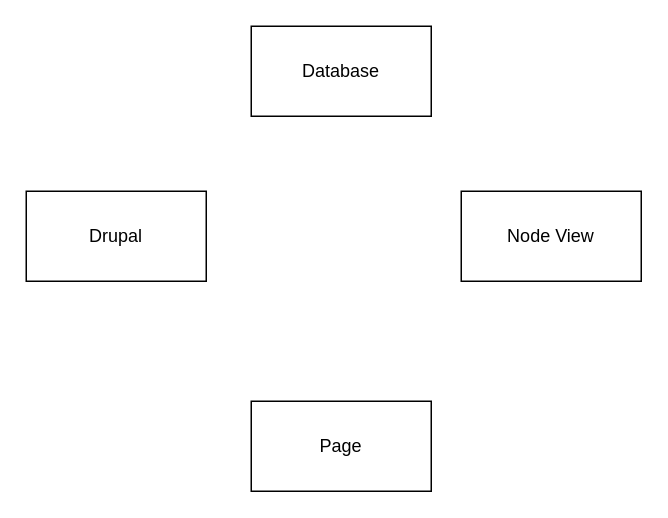
Earlier version of the draw.io diagram page "Page-3" (3 of 3) of Untitled Diagram.drawio (Liutia/shema). Source tidied: cells renumbered, new cells numbered last; positions are measured from the earlier drawing's top-left corner, leaving out a move shared by most shapes. Both pictures are drawn from the tidied source at 150%, with x=0, y=0 at pixel (26, 26).
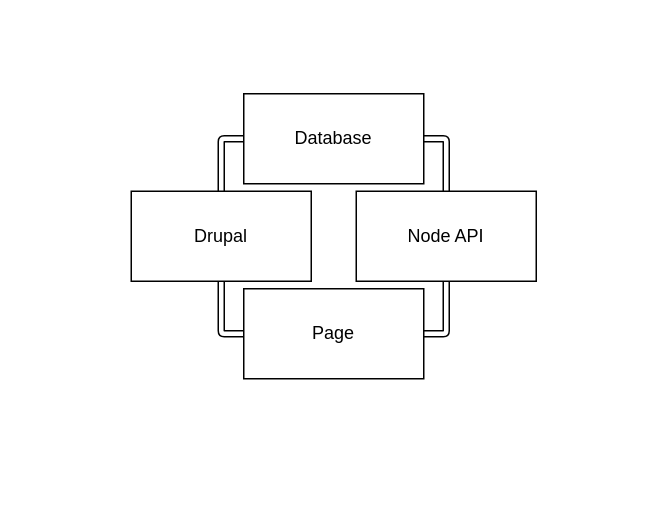
The same page after the edit.

Change to the diagram source:
```diff
@@
 <mxGraphModel>
   <root>
     <mxCell id="0" />
     <mxCell id="1" parent="0" />
     <mxCell id="2" value="Drupal" style="rounded=0;whiteSpace=wrap;html=1;" parent="1" vertex="1">
-      <mxGeometry y="110" width="120" height="60" as="geometry" />
+      <mxGeometry x="70" y="110" width="120" height="60" as="geometry" />
     </mxCell>
-    <mxCell id="3" value="Node View" style="rounded=0;whiteSpace=wrap;html=1;" parent="1" vertex="1">
-      <mxGeometry x="290" y="110" width="120" height="60" as="geometry" />
+    <mxCell id="3" value="Node API" style="rounded=0;whiteSpace=wrap;html=1;" parent="1" vertex="1">
+      <mxGeometry x="220" y="110" width="120" height="60" as="geometry" />
     </mxCell>
     <mxCell id="4" value="Page" style="rounded=0;whiteSpace=wrap;html=1;" parent="1" vertex="1">
-      <mxGeometry x="150" y="250" width="120" height="60" as="geometry" />
+      <mxGeometry x="145" y="175" width="120" height="60" as="geometry" />
     </mxCell>
     <mxCell id="5" value="Database" style="rounded=0;whiteSpace=wrap;html=1;" parent="1" vertex="1">
-      <mxGeometry x="150" width="120" height="60" as="geometry" />
+      <mxGeometry x="145" y="45" width="120" height="60" as="geometry" />
     </mxCell>
+    <mxCell id="6" style="shape=link;html=1;exitX=1;exitY=0.5;exitDx=0;exitDy=0;entryX=0.5;entryY=0;entryDx=0;entryDy=0;" parent="1" edge="1" source="5" target="3">
+      <mxGeometry relative="1" as="geometry">
+        <Array as="points">
+          <mxPoint x="280" y="75" />
+        </Array>
+      </mxGeometry>
+    </mxCell>
+    <mxCell id="7" style="shape=link;html=1;exitX=0.5;exitY=0;exitDx=0;exitDy=0;entryX=0;entryY=0.5;entryDx=0;entryDy=0;" parent="1" edge="1" source="2" target="5">
+      <mxGeometry relative="1" as="geometry">
+        <Array as="points">
+          <mxPoint x="130" y="75" />
+        </Array>
+      </mxGeometry>
+    </mxCell>
+    <mxCell id="8" style="shape=link;html=1;exitX=1;exitY=0.5;exitDx=0;exitDy=0;entryX=0.5;entryY=1;entryDx=0;entryDy=0;" parent="1" edge="1" source="4" target="3">
+      <mxGeometry relative="1" as="geometry">
+        <Array as="points">
+          <mxPoint x="280" y="205" />
+        </Array>
+      </mxGeometry>
+    </mxCell>
+    <mxCell id="9" style="shape=link;html=1;exitX=0.5;exitY=1;exitDx=0;exitDy=0;entryX=0;entryY=0.5;entryDx=0;entryDy=0;" parent="1" edge="1" source="2" target="4">
+      <mxGeometry relative="1" as="geometry">
+        <Array as="points">
+          <mxPoint x="130" y="205" />
+        </Array>
+      </mxGeometry>
+    </mxCell>
   </root>
 </mxGraphModel>
```
